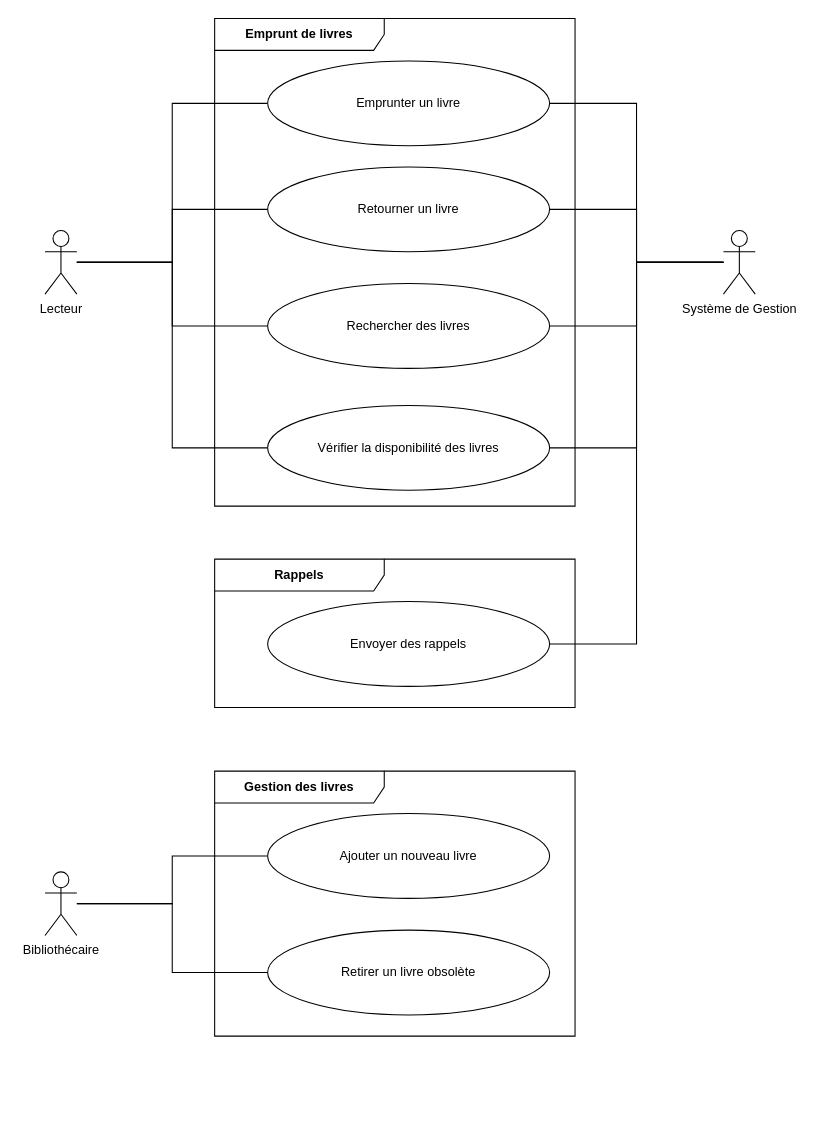
nicolasvauchenet/cours_methodologie_1_formateur keeps this draw.io diagram as UML/Exercices/Correction/02b - Cas d'utilisation - Diagramme.drawio. Above is the earlier version. Source tidied: cells renumbered, new cells numbered last; positions are measured from the earlier drawing's top-left corner, leaving out a move shared by most shapes. Both pictures are drawn from the tidied source at 106%, with x=0, y=0 at pixel (45, 18).
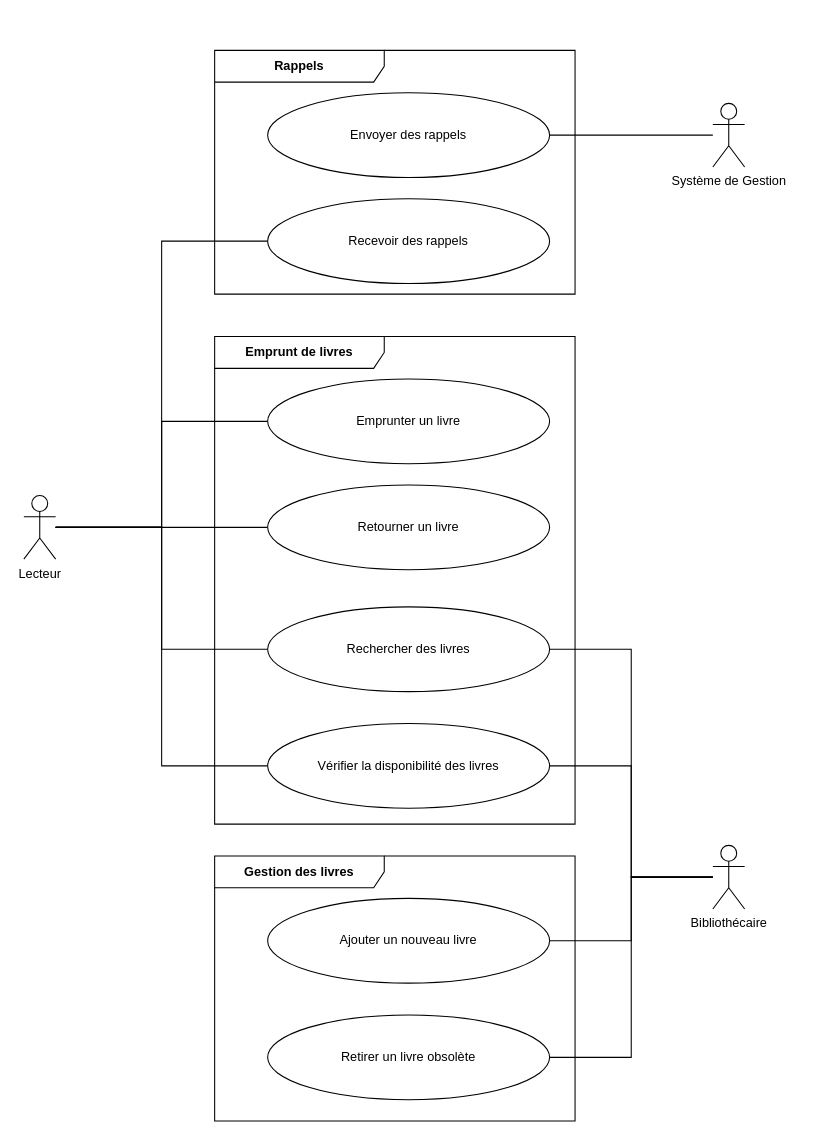
The same page after the edit.

The change refers to these unchanged cells:
```xml
<mxCell id="20" value="Emprunter un livre" style="ellipse;whiteSpace=wrap;html=1;" parent="19" vertex="1">
  <mxGeometry x="50" y="40" width="266" height="80" as="geometry" />
</mxCell>
<mxCell id="21" value="Retourner un livre" style="ellipse;whiteSpace=wrap;html=1;" parent="19" vertex="1">
  <mxGeometry x="50" y="140" width="266" height="80" as="geometry" />
</mxCell>
<mxCell id="23" value="Vérifier la disponibilité des livres" style="ellipse;whiteSpace=wrap;html=1;" parent="19" vertex="1">
  <mxGeometry x="50" y="365" width="266" height="80" as="geometry" />
</mxCell>
```

What changed in the source:
```diff
@@
+    <mxCell id="26" style="edgeStyle=orthogonalEdgeStyle;rounded=0;jettySize=auto;html=1;entryX=0;entryY=0.5;entryDx=0;entryDy=0;endArrow=none;endFill=0;" parent="1" edge="1" source="6" target="29">
+      <mxGeometry relative="1" as="geometry" />
+    </mxCell>
     <mxCell id="6" value="Lecteur" style="shape=umlActor;verticalLabelPosition=bottom;verticalAlign=top;html=1;outlineConnect=0;" parent="1" vertex="1">
-      <mxGeometry y="200" width="30" height="60" as="geometry" />
+      <mxGeometry x="-20" y="450" width="30" height="60" as="geometry" />
     </mxCell>
-    <mxCell id="7" style="edgeStyle=orthogonalEdgeStyle;rounded=0;jettySize=auto;html=1;entryX=0;entryY=0.5;entryDx=0;entryDy=0;endArrow=none;endFill=0;" parent="1" edge="1" source="9" target="17">
+    <mxCell id="7" style="edgeStyle=orthogonalEdgeStyle;rounded=0;jettySize=auto;html=1;entryX=1;entryY=0.5;entryDx=0;entryDy=0;endArrow=none;endFill=0;" parent="1" edge="1" source="9" target="17">
       <mxGeometry relative="1" as="geometry" />
     </mxCell>
-    <mxCell id="8" style="edgeStyle=orthogonalEdgeStyle;rounded=0;jettySize=auto;html=1;entryX=0;entryY=0.5;entryDx=0;entryDy=0;endArrow=none;endFill=0;" parent="1" edge="1" source="9" target="16">
+    <mxCell id="8" style="edgeStyle=orthogonalEdgeStyle;rounded=0;jettySize=auto;html=1;entryX=1;entryY=0.5;entryDx=0;entryDy=0;endArrow=none;endFill=0;" parent="1" edge="1" source="9" target="16">
       <mxGeometry relative="1" as="geometry" />
     </mxCell>
+    <mxCell id="27" style="edgeStyle=orthogonalEdgeStyle;rounded=0;jettySize=auto;html=1;entryX=1;entryY=0.5;entryDx=0;entryDy=0;endArrow=none;endFill=0;" parent="1" edge="1" source="9" target="22">
+      <mxGeometry relative="1" as="geometry" />
+    </mxCell>
+    <mxCell id="28" style="edgeStyle=orthogonalEdgeStyle;rounded=0;jettySize=auto;html=1;entryX=1;entryY=0.5;entryDx=0;entryDy=0;endArrow=none;endFill=0;" parent="1" edge="1" source="9" target="23">
+      <mxGeometry relative="1" as="geometry" />
+    </mxCell>
     <mxCell id="9" value="Bibliothécaire" style="shape=umlActor;verticalLabelPosition=bottom;verticalAlign=top;html=1;outlineConnect=0;" parent="1" vertex="1">
-      <mxGeometry y="805" width="30" height="60" as="geometry" />
+      <mxGeometry x="630" y="780" width="30" height="60" as="geometry" />
     </mxCell>
-    <mxCell id="10" style="edgeStyle=orthogonalEdgeStyle;rounded=0;jettySize=auto;html=1;entryX=1;entryY=0.5;entryDx=0;entryDy=0;endArrow=none;endFill=0;" parent="1" edge="1" source="15" target="23">
-      <mxGeometry relative="1" as="geometry" />
-    </mxCell>
@@
-    <mxCell id="12" style="edgeStyle=orthogonalEdgeStyle;rounded=0;jettySize=auto;html=1;entryX=1;entryY=0.5;entryDx=0;entryDy=0;endArrow=none;endFill=0;" parent="1" edge="1" source="15" target="20">
-      <mxGeometry relative="1" as="geometry" />
-    </mxCell>
-    <mxCell id="13" style="edgeStyle=orthogonalEdgeStyle;rounded=0;jettySize=auto;html=1;entryX=1;entryY=0.5;entryDx=0;entryDy=0;endArrow=none;endFill=0;" parent="1" edge="1" source="15" target="21">
-      <mxGeometry relative="1" as="geometry" />
-    </mxCell>
-    <mxCell id="14" style="edgeStyle=orthogonalEdgeStyle;rounded=0;jettySize=auto;html=1;entryX=1;entryY=0.5;entryDx=0;entryDy=0;endArrow=none;endFill=0;" parent="1" edge="1" source="15" target="22">
-      <mxGeometry relative="1" as="geometry" />
-    </mxCell>
     <mxCell id="15" value="Système de Gestion" style="shape=umlActor;verticalLabelPosition=bottom;verticalAlign=top;html=1;outlineConnect=0;" parent="1" vertex="1">
-      <mxGeometry x="640" y="200" width="30" height="60" as="geometry" />
+      <mxGeometry x="630" y="80" width="30" height="60" as="geometry" />
     </mxCell>
     <mxCell id="16" value="Ajouter un nouveau livre" style="ellipse;whiteSpace=wrap;html=1;" parent="1" vertex="1">
-      <mxGeometry x="210" y="750" width="266" height="80" as="geometry" />
+      <mxGeometry x="210" y="830" width="266" height="80" as="geometry" />
     </mxCell>
     <mxCell id="17" value="Retirer un livre obsolète" style="ellipse;whiteSpace=wrap;html=1;" parent="1" vertex="1">
-      <mxGeometry x="210" y="860" width="266" height="80" as="geometry" />
+      <mxGeometry x="210" y="940" width="266" height="80" as="geometry" />
     </mxCell>
     <mxCell id="18" value="Envoyer des rappels" style="ellipse;whiteSpace=wrap;html=1;" parent="1" vertex="1">
-      <mxGeometry x="210" y="550" width="266" height="80" as="geometry" />
+      <mxGeometry x="210" y="70" width="266" height="80" as="geometry" />
     </mxCell>
     <mxCell id="19" value="&lt;b&gt;Emprunt de livres&lt;/b&gt;" style="shape=umlFrame;whiteSpace=wrap;html=1;width=160;" parent="1" vertex="1">
-      <mxGeometry x="160" width="340" height="460" as="geometry" />
+      <mxGeometry x="160" y="300" width="340" height="460" as="geometry" />
     </mxCell>
@@
     <mxCell id="22" value="Rechercher des livres" style="ellipse;whiteSpace=wrap;html=1;" parent="19" vertex="1">
-      <mxGeometry x="50" y="250" width="266" height="80" as="geometry" />
+      <mxGeometry x="50" y="255" width="266" height="80" as="geometry" />
     </mxCell>
@@
     <mxCell id="24" value="&lt;b&gt;Rappels&lt;/b&gt;" style="shape=umlFrame;whiteSpace=wrap;html=1;width=160;" parent="1" vertex="1">
-      <mxGeometry x="160" y="510" width="340" height="140" as="geometry" />
+      <mxGeometry x="160" y="30" width="340" height="230" as="geometry" />
     </mxCell>
+    <mxCell id="29" value="Recevoir des rappels" style="ellipse;whiteSpace=wrap;html=1;" parent="24" vertex="1">
+      <mxGeometry x="50" y="140" width="266" height="80" as="geometry" />
+    </mxCell>
     <mxCell id="25" value="&lt;b&gt;Gestion des livres&lt;/b&gt;" style="shape=umlFrame;whiteSpace=wrap;html=1;width=160;" parent="1" vertex="1">
-      <mxGeometry x="160" y="710" width="340" height="250" as="geometry" />
+      <mxGeometry x="160" y="790" width="340" height="250" as="geometry" />
     </mxCell>
```
